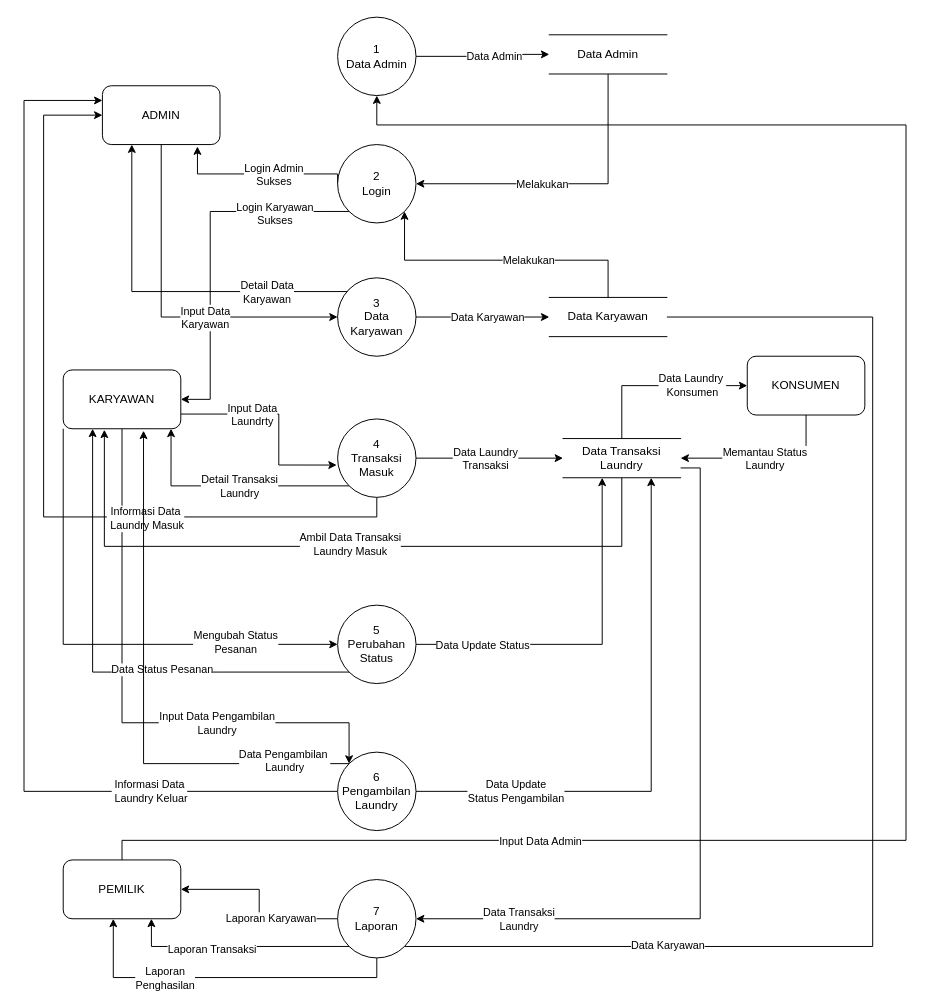
Before: page "DFD LEVEL 1" (1 of 4) of Untitled Diagram.drawio in antowirantoIO/DompetSMEA, a draw.io diagram. Source tidied: cells renumbered, new cells numbered last; positions are measured from the earlier drawing's top-left corner, leaving out a move shared by most shapes. Both pictures are drawn from the tidied source at 98%, with x=0, y=0 at pixel (24, 17).
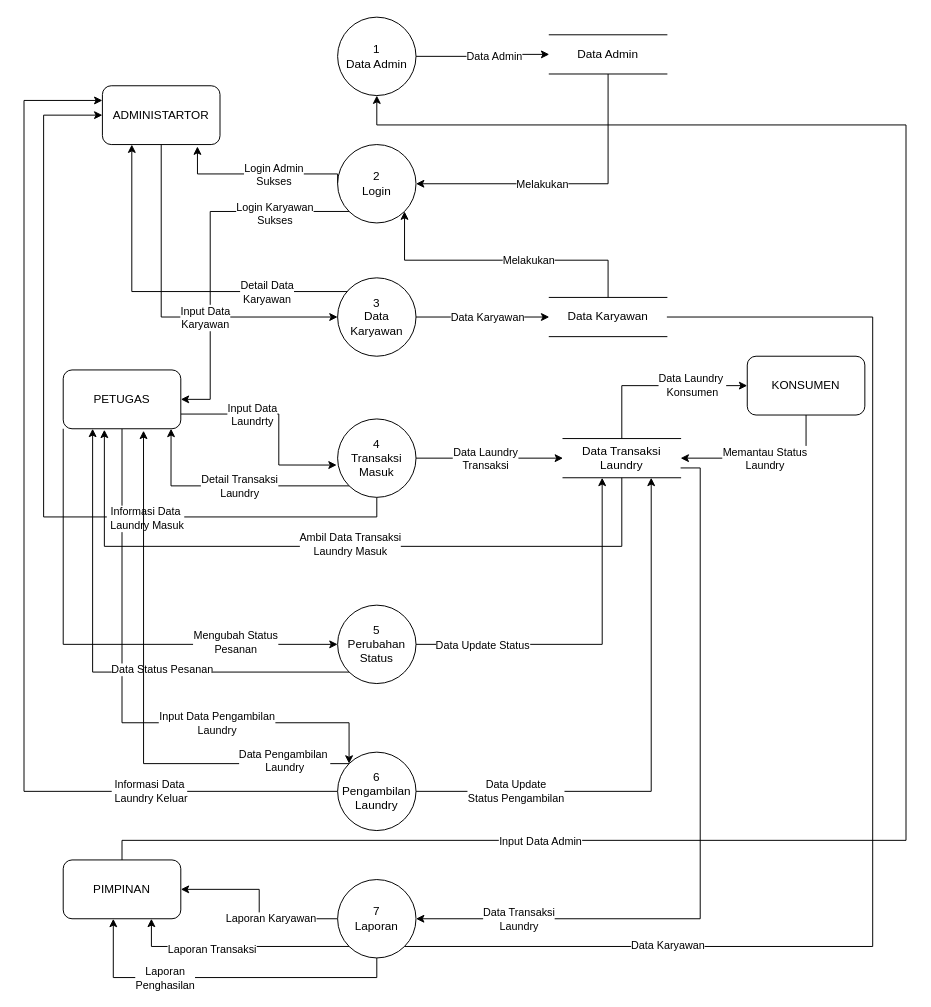
Above is the later version.

Change to the diagram source:
```diff
@@
-    <mxCell id="17" value="ADMIN" style="rounded=1;whiteSpace=wrap;html=1;" parent="1" vertex="1">
+    <mxCell id="17" value="ADMINISTARTOR" style="rounded=1;whiteSpace=wrap;html=1;" parent="1" vertex="1">
       <mxGeometry x="80" y="70" width="120" height="60" as="geometry" />
     </mxCell>
@@
-    <mxCell id="32" value="KARYAWAN" style="rounded=1;whiteSpace=wrap;html=1;" parent="1" vertex="1">
+    <mxCell id="32" value="PETUGAS" style="rounded=1;whiteSpace=wrap;html=1;" parent="1" vertex="1">
       <mxGeometry x="40" y="360" width="120" height="60" as="geometry" />
     </mxCell>
@@
-    <mxCell id="64" value="PEMILIK" style="rounded=1;whiteSpace=wrap;html=1;" parent="1" vertex="1">
+    <mxCell id="64" value="PIMPINAN" style="rounded=1;whiteSpace=wrap;html=1;" parent="1" vertex="1">
       <mxGeometry x="40" y="860" width="120" height="60" as="geometry" />
     </mxCell>
```
